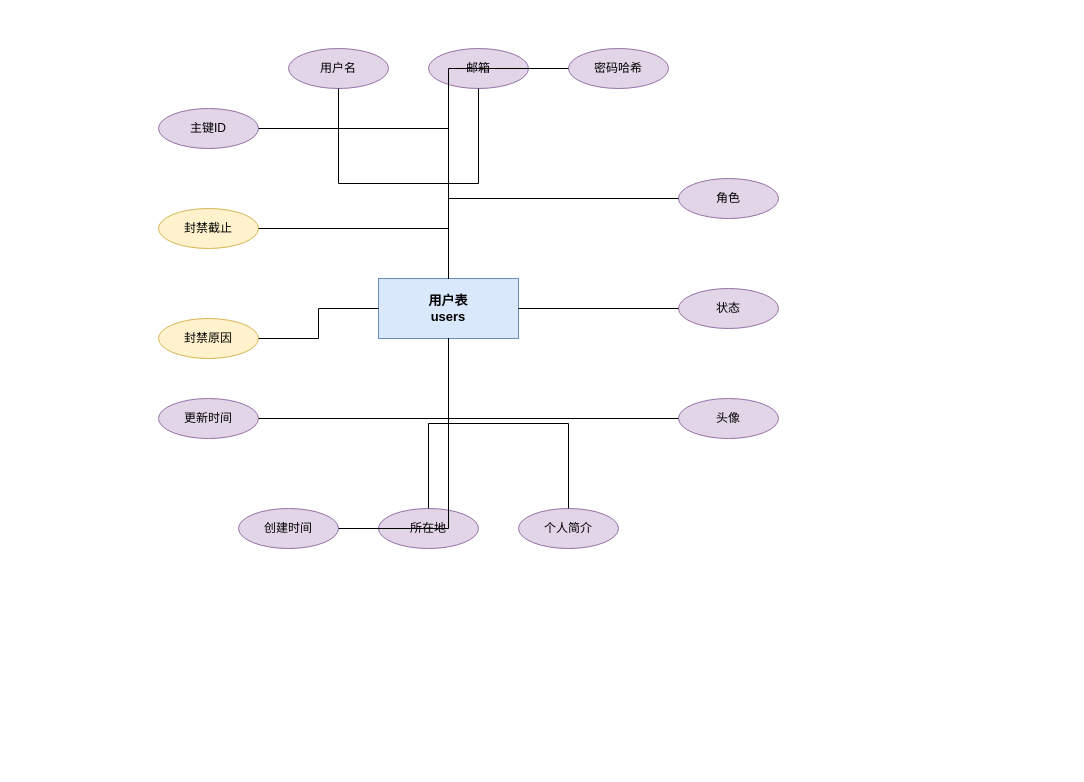
The draw.io diagram DOCS/architecture-diagrams/sources/用户表.drawio in 612cs/TrailQuest, before the edit. Source tidied: cells renumbered, new cells numbered last; positions are measured from the earlier drawing's top-left corner, leaving out a move shared by most shapes. Both pictures are drawn from the tidied source at 100%, with x=0, y=0 at pixel (158, 48).
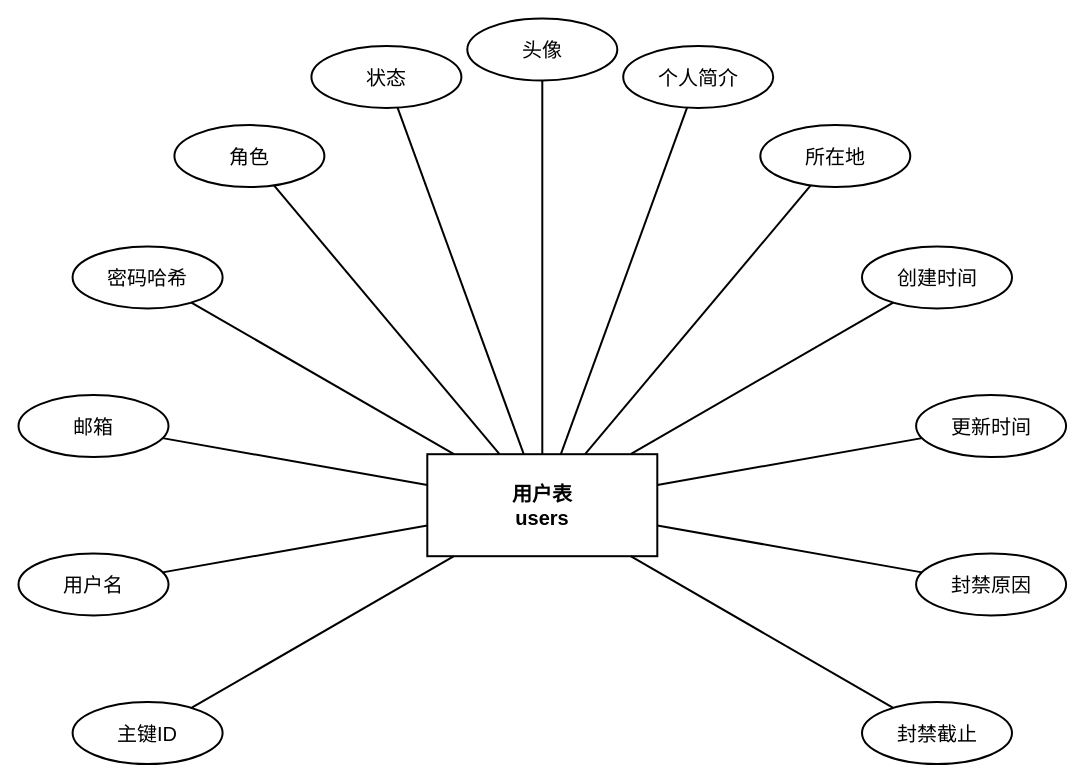
The same diagram, later.

What changed in the source:
```diff
@@
-    <mxCell id="2" value="用户表&#10;users" style="rounded=0;whiteSpace=wrap;html=1;fillColor=#dae8fc;strokeColor=#6c8ebf;fontSize=13;fontStyle=1;" parent="1" vertex="1">
-      <mxGeometry x="220" y="230" width="140" height="60" as="geometry" />
+    <mxCell id="2" value="用户表&#10;users" style="rounded=0;whiteSpace=wrap;html=1;fillColor=none;strokeColor=#000000;fontSize=20;fontStyle=1;gradientColor=none;fontColor=#000000;strokeWidth=2;shadow=0;glass=0;" parent="1" vertex="1">
+      <mxGeometry x="268.8" y="405.7" width="230" height="102" as="geometry" />
     </mxCell>
-    <mxCell id="3" value="主键ID" style="ellipse;whiteSpace=wrap;html=1;fillColor=#e1d5e7;strokeColor=#9673a6;" parent="1" vertex="1">
-      <mxGeometry y="60" width="100" height="40" as="geometry" />
+    <mxCell id="3" value="主键ID" style="ellipse;whiteSpace=wrap;html=1;fillColor=none;strokeColor=#000000;gradientColor=none;fontColor=#000000;fontSize=20;strokeWidth=2;shadow=0;glass=0;" parent="1" vertex="1">
+      <mxGeometry x="-85.9" y="653.6" width="150" height="62" as="geometry" />
     </mxCell>
-    <mxCell id="4" style="edgeStyle=orthogonalEdgeStyle;rounded=0;jettySize=auto;html=1;endArrow=none;endFill=0;" parent="1" edge="1" source="3" target="2">
+    <mxCell id="4" style="rounded=0;html=1;endArrow=none;endFill=0;strokeColor=#000000;strokeWidth=2;" parent="1" edge="1" source="3" target="2">
       <mxGeometry relative="1" as="geometry" />
     </mxCell>
-    <mxCell id="5" value="用户名" style="ellipse;whiteSpace=wrap;html=1;fillColor=#e1d5e7;strokeColor=#9673a6;" parent="1" vertex="1">
-      <mxGeometry x="130" width="100" height="40" as="geometry" />
+    <mxCell id="5" value="用户名" style="ellipse;whiteSpace=wrap;html=1;fillColor=none;strokeColor=#000000;gradientColor=none;fontColor=#000000;fontSize=20;strokeWidth=2;shadow=0;glass=0;" parent="1" vertex="1">
+      <mxGeometry x="-140" y="504.9" width="150" height="62" as="geometry" />
     </mxCell>
-    <mxCell id="6" style="edgeStyle=orthogonalEdgeStyle;rounded=0;jettySize=auto;html=1;endArrow=none;endFill=0;" parent="1" edge="1" source="5" target="2">
+    <mxCell id="6" style="rounded=0;html=1;endArrow=none;endFill=0;strokeColor=#000000;strokeWidth=2;" parent="1" edge="1" source="5" target="2">
       <mxGeometry relative="1" as="geometry" />
     </mxCell>
-    <mxCell id="7" value="邮箱" style="ellipse;whiteSpace=wrap;html=1;fillColor=#e1d5e7;strokeColor=#9673a6;" parent="1" vertex="1">
-      <mxGeometry x="270" width="100" height="40" as="geometry" />
+    <mxCell id="7" value="邮箱" style="ellipse;whiteSpace=wrap;html=1;fillColor=none;strokeColor=#000000;gradientColor=none;fontColor=#000000;fontSize=20;strokeWidth=2;shadow=0;glass=0;" parent="1" vertex="1">
+      <mxGeometry x="-140" y="346.6" width="150" height="62" as="geometry" />
     </mxCell>
-    <mxCell id="8" style="edgeStyle=orthogonalEdgeStyle;rounded=0;jettySize=auto;html=1;endArrow=none;endFill=0;" parent="1" edge="1" source="7" target="2">
+    <mxCell id="8" style="rounded=0;html=1;endArrow=none;endFill=0;strokeColor=#000000;strokeWidth=2;" parent="1" edge="1" source="7" target="2">
       <mxGeometry relative="1" as="geometry" />
     </mxCell>
-    <mxCell id="9" value="密码哈希" style="ellipse;whiteSpace=wrap;html=1;fillColor=#e1d5e7;strokeColor=#9673a6;" parent="1" vertex="1">
-      <mxGeometry x="410" width="100" height="40" as="geometry" />
+    <mxCell id="9" value="密码哈希" style="ellipse;whiteSpace=wrap;html=1;fillColor=none;strokeColor=#000000;gradientColor=none;fontColor=#000000;fontSize=20;strokeWidth=2;shadow=0;glass=0;" parent="1" vertex="1">
+      <mxGeometry x="-85.9" y="197.9" width="150" height="62" as="geometry" />
     </mxCell>
-    <mxCell id="10" style="edgeStyle=orthogonalEdgeStyle;rounded=0;jettySize=auto;html=1;endArrow=none;endFill=0;" parent="1" edge="1" source="9" target="2">
+    <mxCell id="10" style="rounded=0;html=1;endArrow=none;endFill=0;strokeColor=#000000;strokeWidth=2;" parent="1" edge="1" source="9" target="2">
       <mxGeometry relative="1" as="geometry" />
     </mxCell>
-    <mxCell id="11" value="角色" style="ellipse;whiteSpace=wrap;html=1;fillColor=#e1d5e7;strokeColor=#9673a6;" parent="1" vertex="1">
-      <mxGeometry x="520" y="130" width="100" height="40" as="geometry" />
+    <mxCell id="11" value="角色" style="ellipse;whiteSpace=wrap;html=1;fillColor=none;strokeColor=#000000;gradientColor=none;fontColor=#000000;fontSize=20;strokeWidth=2;shadow=0;glass=0;" parent="1" vertex="1">
+      <mxGeometry x="15.9" y="76.6" width="150" height="62" as="geometry" />
     </mxCell>
-    <mxCell id="12" style="edgeStyle=orthogonalEdgeStyle;rounded=0;jettySize=auto;html=1;endArrow=none;endFill=0;" parent="1" edge="1" source="11" target="2">
+    <mxCell id="12" style="rounded=0;html=1;endArrow=none;endFill=0;strokeColor=#000000;strokeWidth=2;" parent="1" edge="1" source="11" target="2">
       <mxGeometry relative="1" as="geometry" />
     </mxCell>
-    <mxCell id="13" value="状态" style="ellipse;whiteSpace=wrap;html=1;fillColor=#e1d5e7;strokeColor=#9673a6;" parent="1" vertex="1">
-      <mxGeometry x="520" y="240" width="100" height="40" as="geometry" />
+    <mxCell id="13" value="状态" style="ellipse;whiteSpace=wrap;html=1;fillColor=none;strokeColor=#000000;gradientColor=none;fontColor=#000000;fontSize=20;strokeWidth=2;shadow=0;glass=0;" parent="1" vertex="1">
+      <mxGeometry x="152.9" y="-2.5" width="150" height="62" as="geometry" />
     </mxCell>
-    <mxCell id="14" style="edgeStyle=orthogonalEdgeStyle;rounded=0;jettySize=auto;html=1;endArrow=none;endFill=0;" parent="1" edge="1" source="13" target="2">
+    <mxCell id="14" style="rounded=0;html=1;endArrow=none;endFill=0;strokeColor=#000000;strokeWidth=2;" parent="1" edge="1" source="13" target="2">
       <mxGeometry relative="1" as="geometry" />
     </mxCell>
-    <mxCell id="15" value="头像" style="ellipse;whiteSpace=wrap;html=1;fillColor=#e1d5e7;strokeColor=#9673a6;" parent="1" vertex="1">
-      <mxGeometry x="520" y="350" width="100" height="40" as="geometry" />
+    <mxCell id="15" value="头像" style="ellipse;whiteSpace=wrap;html=1;fillColor=none;strokeColor=#000000;gradientColor=none;fontColor=#000000;fontSize=20;strokeWidth=2;shadow=0;glass=0;" parent="1" vertex="1">
+      <mxGeometry x="308.8" y="-30" width="150" height="62" as="geometry" />
     </mxCell>
-    <mxCell id="16" style="edgeStyle=orthogonalEdgeStyle;rounded=0;jettySize=auto;html=1;endArrow=none;endFill=0;" parent="1" edge="1" source="15" target="2">
+    <mxCell id="16" style="rounded=0;html=1;endArrow=none;endFill=0;strokeColor=#000000;strokeWidth=2;" parent="1" edge="1" source="15" target="2">
       <mxGeometry relative="1" as="geometry" />
     </mxCell>
-    <mxCell id="17" value="个人简介" style="ellipse;whiteSpace=wrap;html=1;fillColor=#e1d5e7;strokeColor=#9673a6;" parent="1" vertex="1">
-      <mxGeometry x="360" y="460" width="100" height="40" as="geometry" />
+    <mxCell id="17" value="个人简介" style="ellipse;whiteSpace=wrap;html=1;fillColor=none;strokeColor=#000000;gradientColor=none;fontColor=#000000;fontSize=20;strokeWidth=2;shadow=0;glass=0;" parent="1" vertex="1">
+      <mxGeometry x="464.7" y="-2.5" width="150" height="62" as="geometry" />
     </mxCell>
-    <mxCell id="18" style="edgeStyle=orthogonalEdgeStyle;rounded=0;jettySize=auto;html=1;endArrow=none;endFill=0;" parent="1" edge="1" source="17" target="2">
+    <mxCell id="18" style="rounded=0;html=1;endArrow=none;endFill=0;strokeColor=#000000;strokeWidth=2;" parent="1" edge="1" source="17" target="2">
       <mxGeometry relative="1" as="geometry" />
     </mxCell>
-    <mxCell id="19" value="所在地" style="ellipse;whiteSpace=wrap;html=1;fillColor=#e1d5e7;strokeColor=#9673a6;" parent="1" vertex="1">
-      <mxGeometry x="220" y="460" width="100" height="40" as="geometry" />
+    <mxCell id="19" value="所在地" style="ellipse;whiteSpace=wrap;html=1;fillColor=none;strokeColor=#000000;gradientColor=none;fontColor=#000000;fontSize=20;strokeWidth=2;shadow=0;glass=0;" parent="1" vertex="1">
+      <mxGeometry x="601.8" y="76.6" width="150" height="62" as="geometry" />
     </mxCell>
-    <mxCell id="20" style="edgeStyle=orthogonalEdgeStyle;rounded=0;jettySize=auto;html=1;endArrow=none;endFill=0;" parent="1" edge="1" source="19" target="2">
+    <mxCell id="20" style="rounded=0;html=1;endArrow=none;endFill=0;strokeColor=#000000;strokeWidth=2;" parent="1" edge="1" source="19" target="2">
       <mxGeometry relative="1" as="geometry" />
     </mxCell>
-    <mxCell id="21" value="创建时间" style="ellipse;whiteSpace=wrap;html=1;fillColor=#e1d5e7;strokeColor=#9673a6;" parent="1" vertex="1">
-      <mxGeometry x="80" y="460" width="100" height="40" as="geometry" />
+    <mxCell id="21" value="创建时间" style="ellipse;whiteSpace=wrap;html=1;fillColor=none;strokeColor=#000000;gradientColor=none;fontColor=#000000;fontSize=20;strokeWidth=2;shadow=0;glass=0;" parent="1" vertex="1">
+      <mxGeometry x="703.5" y="197.9" width="150" height="62" as="geometry" />
     </mxCell>
-    <mxCell id="22" style="edgeStyle=orthogonalEdgeStyle;rounded=0;jettySize=auto;html=1;endArrow=none;endFill=0;" parent="1" edge="1" source="21" target="2">
+    <mxCell id="22" style="rounded=0;html=1;endArrow=none;endFill=0;strokeColor=#000000;strokeWidth=2;" parent="1" edge="1" source="21" target="2">
       <mxGeometry relative="1" as="geometry" />
     </mxCell>
-    <mxCell id="23" value="更新时间" style="ellipse;whiteSpace=wrap;html=1;fillColor=#e1d5e7;strokeColor=#9673a6;" parent="1" vertex="1">
-      <mxGeometry y="350" width="100" height="40" as="geometry" />
+    <mxCell id="23" value="更新时间" style="ellipse;whiteSpace=wrap;html=1;fillColor=none;strokeColor=#000000;gradientColor=none;fontColor=#000000;fontSize=20;strokeWidth=2;shadow=0;glass=0;" parent="1" vertex="1">
+      <mxGeometry x="757.6" y="346.6" width="150" height="62" as="geometry" />
     </mxCell>
-    <mxCell id="24" style="edgeStyle=orthogonalEdgeStyle;rounded=0;jettySize=auto;html=1;endArrow=none;endFill=0;" parent="1" edge="1" source="23" target="2">
+    <mxCell id="24" style="rounded=0;html=1;endArrow=none;endFill=0;strokeColor=#000000;strokeWidth=2;" parent="1" edge="1" source="23" target="2">
       <mxGeometry relative="1" as="geometry" />
     </mxCell>
-    <mxCell id="25" value="封禁原因" style="ellipse;whiteSpace=wrap;html=1;fillColor=#fff2cc;strokeColor=#d6b656;" parent="1" vertex="1">
-      <mxGeometry y="270" width="100" height="40" as="geometry" />
+    <mxCell id="25" value="封禁原因" style="ellipse;whiteSpace=wrap;html=1;fillColor=none;strokeColor=#000000;gradientColor=none;fontColor=#000000;fontSize=20;strokeWidth=2;shadow=0;glass=0;" parent="1" vertex="1">
+      <mxGeometry x="757.6" y="504.9" width="150" height="62" as="geometry" />
     </mxCell>
-    <mxCell id="26" style="edgeStyle=orthogonalEdgeStyle;rounded=0;jettySize=auto;html=1;endArrow=none;endFill=0;" parent="1" edge="1" source="25" target="2">
+    <mxCell id="26" style="rounded=0;html=1;endArrow=none;endFill=0;strokeColor=#000000;strokeWidth=2;" parent="1" edge="1" source="25" target="2">
       <mxGeometry relative="1" as="geometry" />
     </mxCell>
-    <mxCell id="27" value="封禁截止" style="ellipse;whiteSpace=wrap;html=1;fillColor=#fff2cc;strokeColor=#d6b656;" parent="1" vertex="1">
-      <mxGeometry y="160" width="100" height="40" as="geometry" />
+    <mxCell id="27" value="封禁截止" style="ellipse;whiteSpace=wrap;html=1;fillColor=none;strokeColor=#000000;gradientColor=none;fontColor=#000000;fontSize=20;strokeWidth=2;shadow=0;glass=0;" parent="1" vertex="1">
+      <mxGeometry x="703.5" y="653.6" width="150" height="62" as="geometry" />
     </mxCell>
-    <mxCell id="28" style="edgeStyle=orthogonalEdgeStyle;rounded=0;jettySize=auto;html=1;endArrow=none;endFill=0;" parent="1" edge="1" source="27" target="2">
+    <mxCell id="28" style="rounded=0;html=1;endArrow=none;endFill=0;strokeColor=#000000;strokeWidth=2;" parent="1" edge="1" source="27" target="2">
       <mxGeometry relative="1" as="geometry" />
     </mxCell>
```
